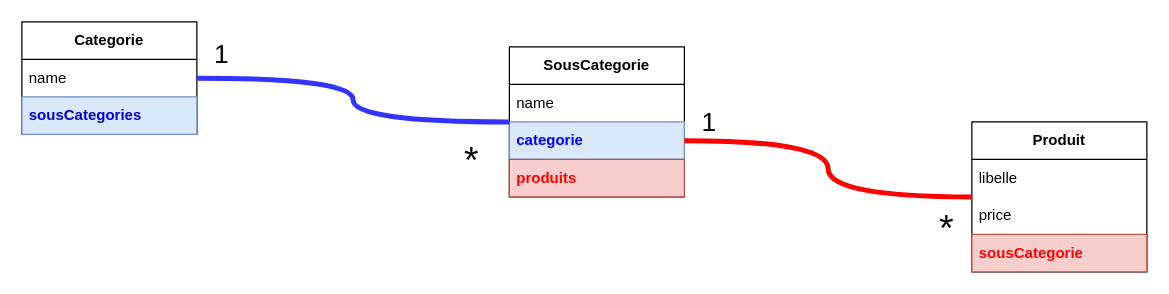
fcaumartin/CDA22138 keeps this draw.io diagram as page "datamodel 1" (1 of 4) of VG2/data model.drawio. Above is the earlier version. Source tidied: cells renumbered, new cells numbered last; positions are measured from the earlier drawing's top-left corner, leaving out a move shared by most shapes. Both pictures are drawn from the tidied source at 125%, with x=0, y=0 at pixel (21, 21).
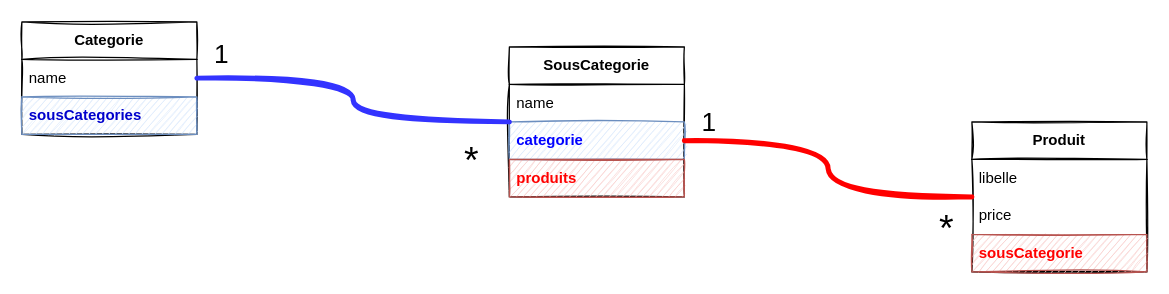
The same page after the edit.

Diff of the diagram source:
```diff
@@
 <mxGraphModel>
   <root>
     <mxCell id="0" />
     <mxCell id="1" parent="0" />
-    <mxCell id="2" value="Categorie" style="swimlane;fontStyle=1;horizontal=1;startSize=30;whiteSpace=wrap;html=1;" parent="1" vertex="1">
+    <mxCell id="2" value="Categorie" style="swimlane;fontStyle=1;horizontal=1;startSize=30;whiteSpace=wrap;html=1;sketch=1;" parent="1" vertex="1">
       <mxGeometry width="140" height="90" as="geometry" />
     </mxCell>
-    <mxCell id="3" value="name" style="text;strokeColor=none;fillColor=none;align=left;verticalAlign=middle;spacingLeft=4;spacingRight=4;overflow=hidden;points=[[0,0.5],[1,0.5]];portConstraint=eastwest;whiteSpace=wrap;html=1;" parent="2" vertex="1">
+    <mxCell id="3" value="name" style="text;strokeColor=none;fillColor=none;align=left;verticalAlign=middle;spacingLeft=4;spacingRight=4;overflow=hidden;points=[[0,0.5],[1,0.5]];portConstraint=eastwest;whiteSpace=wrap;html=1;sketch=1;" parent="2" vertex="1">
       <mxGeometry y="30" width="140" height="30" as="geometry" />
     </mxCell>
-    <mxCell id="4" value="&lt;div&gt;sousCategories&lt;/div&gt;" style="text;strokeColor=#6c8ebf;fillColor=#dae8fc;align=left;verticalAlign=middle;spacingLeft=4;spacingRight=4;overflow=hidden;whiteSpace=wrap;html=1;fontColor=#0000CC;fontStyle=1;" parent="2" vertex="1">
+    <mxCell id="4" value="&lt;div&gt;sousCategories&lt;/div&gt;" style="text;strokeColor=#6c8ebf;fillColor=#dae8fc;align=left;verticalAlign=middle;spacingLeft=4;spacingRight=4;overflow=hidden;whiteSpace=wrap;html=1;fontColor=#0000CC;fontStyle=1;sketch=1;" parent="2" vertex="1">
       <mxGeometry y="60" width="140" height="30" as="geometry" />
     </mxCell>
-    <mxCell id="5" value="SousCategorie" style="swimlane;fontStyle=1;horizontal=1;startSize=30;whiteSpace=wrap;html=1;" parent="1" vertex="1">
+    <mxCell id="5" value="SousCategorie" style="swimlane;fontStyle=1;horizontal=1;startSize=30;whiteSpace=wrap;html=1;sketch=1;" parent="1" vertex="1">
       <mxGeometry x="390" y="20" width="140" height="120" as="geometry" />
     </mxCell>
-    <mxCell id="6" value="name" style="text;strokeColor=none;fillColor=none;align=left;verticalAlign=middle;spacingLeft=4;spacingRight=4;overflow=hidden;whiteSpace=wrap;html=1;" parent="5" vertex="1">
+    <mxCell id="6" value="name" style="text;strokeColor=none;fillColor=none;align=left;verticalAlign=middle;spacingLeft=4;spacingRight=4;overflow=hidden;whiteSpace=wrap;html=1;sketch=1;" parent="5" vertex="1">
       <mxGeometry y="30" width="140" height="30" as="geometry" />
     </mxCell>
-    <mxCell id="7" value="categorie" style="text;align=left;verticalAlign=middle;spacingLeft=4;spacingRight=4;overflow=hidden;points=[[0,0.5],[1,0.5]];portConstraint=eastwest;whiteSpace=wrap;html=1;fontStyle=1;fillColor=#dae8fc;strokeColor=#6c8ebf;fontColor=#0000FF;" parent="5" vertex="1">
+    <mxCell id="7" value="categorie" style="text;align=left;verticalAlign=middle;spacingLeft=4;spacingRight=4;overflow=hidden;points=[[0,0.5],[1,0.5]];portConstraint=eastwest;whiteSpace=wrap;html=1;fontStyle=1;fillColor=#dae8fc;strokeColor=#6c8ebf;fontColor=#0000FF;sketch=1;" parent="5" vertex="1">
       <mxGeometry y="60" width="140" height="30" as="geometry" />
     </mxCell>
-    <mxCell id="8" value="produits" style="text;strokeColor=#b85450;fillColor=#f8cecc;align=left;verticalAlign=middle;spacingLeft=4;spacingRight=4;overflow=hidden;whiteSpace=wrap;html=1;fontColor=#FF0000;fontStyle=1;" parent="5" vertex="1">
+    <mxCell id="8" value="produits" style="text;strokeColor=#b85450;fillColor=#f8cecc;align=left;verticalAlign=middle;spacingLeft=4;spacingRight=4;overflow=hidden;whiteSpace=wrap;html=1;fontColor=#FF0000;fontStyle=1;sketch=1;" parent="5" vertex="1">
       <mxGeometry y="90" width="140" height="30" as="geometry" />
     </mxCell>
-    <mxCell id="9" value="Produit" style="swimlane;fontStyle=1;horizontal=1;startSize=30;whiteSpace=wrap;html=1;" parent="1" vertex="1">
+    <mxCell id="9" value="Produit" style="swimlane;fontStyle=1;horizontal=1;startSize=30;whiteSpace=wrap;html=1;sketch=1;" parent="1" vertex="1">
       <mxGeometry x="760" y="80" width="140" height="120" as="geometry" />
     </mxCell>
-    <mxCell id="10" value="libelle" style="text;strokeColor=none;fillColor=none;align=left;verticalAlign=middle;spacingLeft=4;spacingRight=4;overflow=hidden;whiteSpace=wrap;html=1;" parent="9" vertex="1">
+    <mxCell id="10" value="libelle" style="text;strokeColor=none;fillColor=none;align=left;verticalAlign=middle;spacingLeft=4;spacingRight=4;overflow=hidden;whiteSpace=wrap;html=1;sketch=1;" parent="9" vertex="1">
       <mxGeometry y="30" width="140" height="30" as="geometry" />
     </mxCell>
-    <mxCell id="11" value="price" style="text;strokeColor=none;fillColor=none;align=left;verticalAlign=middle;spacingLeft=4;spacingRight=4;overflow=hidden;whiteSpace=wrap;html=1;" parent="9" vertex="1">
+    <mxCell id="11" value="price" style="text;strokeColor=none;fillColor=none;align=left;verticalAlign=middle;spacingLeft=4;spacingRight=4;overflow=hidden;whiteSpace=wrap;html=1;sketch=1;" parent="9" vertex="1">
       <mxGeometry y="60" width="140" height="30" as="geometry" />
     </mxCell>
-    <mxCell id="12" value="sousCategorie" style="text;strokeColor=#b85450;fillColor=#f8cecc;align=left;verticalAlign=middle;spacingLeft=4;spacingRight=4;overflow=hidden;whiteSpace=wrap;html=1;fontColor=#FF0000;fontStyle=1;" parent="9" vertex="1">
+    <mxCell id="12" value="sousCategorie" style="text;strokeColor=#b85450;fillColor=#f8cecc;align=left;verticalAlign=middle;spacingLeft=4;spacingRight=4;overflow=hidden;whiteSpace=wrap;html=1;fontColor=#FF0000;fontStyle=1;sketch=1;" parent="9" vertex="1">
       <mxGeometry y="90" width="140" height="30" as="geometry" />
     </mxCell>
-    <mxCell id="13" style="edgeStyle=orthogonalEdgeStyle;jettySize=auto;html=1;endArrow=none;endFill=0;curved=1;shadow=0;sketch=0;strokeColor=#3333FF;strokeWidth=4;" parent="1" edge="1" source="3" target="5">
+    <mxCell id="13" style="edgeStyle=orthogonalEdgeStyle;jettySize=auto;html=1;endArrow=none;endFill=0;curved=1;shadow=0;strokeColor=#3333FF;strokeWidth=4;sketch=1;" parent="1" edge="1" source="3" target="5">
       <mxGeometry relative="1" as="geometry" />
     </mxCell>
-    <mxCell id="14" style="edgeStyle=orthogonalEdgeStyle;curved=1;rounded=0;jettySize=auto;html=1;endArrow=none;endFill=0;strokeColor=#FF0000;strokeWidth=4;" parent="1" edge="1" source="7" target="9">
+    <mxCell id="14" style="edgeStyle=orthogonalEdgeStyle;curved=1;rounded=0;jettySize=auto;html=1;endArrow=none;endFill=0;strokeColor=#FF0000;strokeWidth=4;sketch=1;" parent="1" edge="1" source="7" target="9">
       <mxGeometry relative="1" as="geometry" />
     </mxCell>
-    <mxCell id="15" value="1" style="text;html=1;strokeColor=none;fillColor=none;align=center;verticalAlign=middle;whiteSpace=wrap;rounded=0;fontSize=21;" parent="1" vertex="1">
+    <mxCell id="15" value="1" style="text;html=1;strokeColor=none;fillColor=none;align=center;verticalAlign=middle;whiteSpace=wrap;rounded=0;fontSize=21;sketch=1;" parent="1" vertex="1">
       <mxGeometry x="130" y="10" width="60" height="30" as="geometry" />
     </mxCell>
-    <mxCell id="16" value="*" style="text;html=1;strokeColor=none;fillColor=none;align=center;verticalAlign=middle;whiteSpace=wrap;rounded=0;fontSize=30;" parent="1" vertex="1">
+    <mxCell id="16" value="*" style="text;html=1;strokeColor=none;fillColor=none;align=center;verticalAlign=middle;whiteSpace=wrap;rounded=0;fontSize=30;sketch=1;" parent="1" vertex="1">
       <mxGeometry x="330" y="95" width="60" height="30" as="geometry" />
     </mxCell>
-    <mxCell id="17" value="1" style="text;html=1;strokeColor=none;fillColor=none;align=center;verticalAlign=middle;whiteSpace=wrap;rounded=0;fontSize=21;" parent="1" vertex="1">
+    <mxCell id="17" value="1" style="text;html=1;strokeColor=none;fillColor=none;align=center;verticalAlign=middle;whiteSpace=wrap;rounded=0;fontSize=21;sketch=1;" parent="1" vertex="1">
       <mxGeometry x="520" y="65" width="60" height="30" as="geometry" />
     </mxCell>
-    <mxCell id="18" value="*" style="text;html=1;strokeColor=none;fillColor=none;align=center;verticalAlign=middle;whiteSpace=wrap;rounded=0;fontSize=30;" parent="1" vertex="1">
+    <mxCell id="18" value="*" style="text;html=1;strokeColor=none;fillColor=none;align=center;verticalAlign=middle;whiteSpace=wrap;rounded=0;fontSize=30;sketch=1;" parent="1" vertex="1">
       <mxGeometry x="710" y="150" width="60" height="30" as="geometry" />
     </mxCell>
   </root>
 </mxGraphModel>
```
